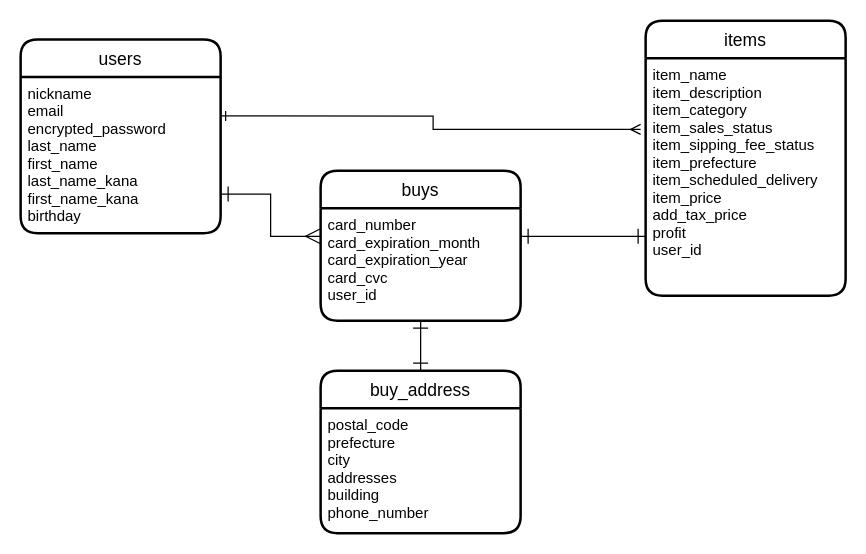
yasushimiyazaki/furima-30344 keeps this draw.io diagram as test.dio. Above is the earlier version. Source tidied: cells renumbered, new cells numbered last; positions are measured from the earlier drawing's top-left corner, leaving out a move shared by most shapes. Both pictures are drawn from the tidied source at 125%, with x=0, y=0 at pixel (20, 20).
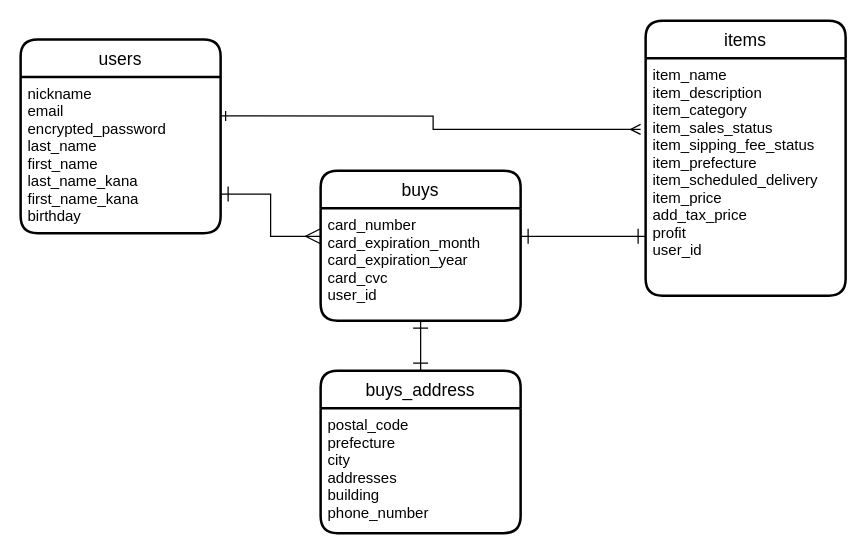
After the change.

Commit message (it also covers changes not shown here):
データベース設計修正

Change to the diagram source:
```diff
@@
 <mxGraphModel>
   <root>
     <mxCell id="0" />
     <mxCell id="1" parent="0" />
     <mxCell id="2" value="users" style="swimlane;horizontal=1;startSize=30;rounded=1;fontSize=14;fontStyle=0;strokeWidth=2;shadow=0;dashed=0;align=center;" parent="1" vertex="1">
       <mxGeometry y="15" width="160" height="155" as="geometry" />
     </mxCell>
     <mxCell id="3" value="nickname&#10;email&#10;encrypted_password&#10;last_name&#10;first_name&#10;last_name_kana&#10;first_name_kana&#10;birthday" style="align=left;strokeColor=none;fillColor=none;spacingLeft=4;fontSize=12;verticalAlign=top;" parent="2" vertex="1">
       <mxGeometry y="30" width="160" height="125" as="geometry" />
     </mxCell>
     <mxCell id="4" style="edgeStyle=orthogonalEdgeStyle;rounded=0;orthogonalLoop=1;jettySize=auto;html=1;exitX=0.5;exitY=1;exitDx=0;exitDy=0;startArrow=ERone;startFill=0;endArrow=ERmany;endFill=0;targetPerimeterSpacing=0;" parent="2" edge="1" source="3" target="3">
       <mxGeometry relative="1" as="geometry" />
     </mxCell>
     <mxCell id="5" value="items" style="swimlane;horizontal=1;startSize=30;rounded=1;fontSize=14;fontStyle=0;strokeWidth=2;shadow=0;dashed=0;align=center;" parent="1" vertex="1">
       <mxGeometry x="500" width="160" height="220" as="geometry" />
     </mxCell>
     <mxCell id="6" value="item_name&#10;item_description&#10;item_category&#10;item_sales_status&#10;item_sipping_fee_status&#10;item_prefecture&#10;item_scheduled_delivery&#10;item_price&#10;add_tax_price&#10;profit&#10;user_id" style="align=left;strokeColor=none;fillColor=none;spacingLeft=4;fontSize=12;verticalAlign=top;" parent="5" vertex="1">
       <mxGeometry y="30" width="160" height="190" as="geometry" />
     </mxCell>
     <mxCell id="7" value="buys" style="swimlane;horizontal=1;startSize=30;rounded=1;fontSize=14;fontStyle=0;strokeWidth=2;shadow=0;dashed=0;align=center;" parent="1" vertex="1">
       <mxGeometry x="240" y="120" width="160" height="120" as="geometry" />
     </mxCell>
     <mxCell id="8" value="card_number&#10;card_expiration_month&#10;card_expiration_year&#10;card_cvc&#10;user_id&#10;" style="align=left;strokeColor=none;fillColor=none;spacingLeft=4;fontSize=12;verticalAlign=top;" parent="7" vertex="1">
       <mxGeometry y="30" width="160" height="90" as="geometry" />
     </mxCell>
-    <mxCell id="9" value="buy_address" style="swimlane;horizontal=1;startSize=30;rounded=1;fontSize=14;fontStyle=0;strokeWidth=2;shadow=0;dashed=0;align=center;" parent="1" vertex="1">
+    <mxCell id="9" value="buys_address" style="swimlane;horizontal=1;startSize=30;rounded=1;fontSize=14;fontStyle=0;strokeWidth=2;shadow=0;dashed=0;align=center;" parent="1" vertex="1">
       <mxGeometry x="240" y="280" width="160" height="130" as="geometry" />
     </mxCell>
     <mxCell id="10" value="postal_code&#10;prefecture&#10;city&#10;addresses&#10;building&#10;phone_number" style="align=left;strokeColor=none;fillColor=none;spacingLeft=4;fontSize=12;verticalAlign=top;" parent="9" vertex="1">
       <mxGeometry y="30" width="160" height="100" as="geometry" />
     </mxCell>
     <mxCell id="11" style="edgeStyle=orthogonalEdgeStyle;rounded=0;jettySize=auto;html=1;exitX=1;exitY=0.25;exitDx=0;exitDy=0;entryX=-0.025;entryY=0.3;entryDx=0;entryDy=0;entryPerimeter=0;startArrow=ERone;startFill=0;endArrow=ERmany;endFill=0;targetPerimeterSpacing=0;" parent="1" edge="1" source="3" target="6">
       <mxGeometry relative="1" as="geometry" />
     </mxCell>
     <mxCell id="12" style="edgeStyle=orthogonalEdgeStyle;rounded=0;jettySize=auto;html=1;exitX=0.5;exitY=1;exitDx=0;exitDy=0;entryX=0.5;entryY=0;entryDx=0;entryDy=0;startArrow=ERone;startFill=0;startSize=10;endArrow=ERone;endFill=0;endSize=10;targetPerimeterSpacing=0;strokeWidth=1;" parent="1" edge="1" source="8" target="9">
       <mxGeometry relative="1" as="geometry" />
     </mxCell>
     <mxCell id="13" style="edgeStyle=orthogonalEdgeStyle;rounded=0;jettySize=auto;html=1;exitX=0;exitY=0.75;exitDx=0;exitDy=0;entryX=1;entryY=0.25;entryDx=0;entryDy=0;startArrow=ERone;startFill=0;startSize=10;endArrow=ERone;endFill=0;endSize=10;targetPerimeterSpacing=0;strokeWidth=1;" parent="1" edge="1" source="6" target="8">
       <mxGeometry relative="1" as="geometry" />
     </mxCell>
     <mxCell id="14" style="edgeStyle=orthogonalEdgeStyle;rounded=0;jettySize=auto;html=1;exitX=1;exitY=0.75;exitDx=0;exitDy=0;entryX=0;entryY=0.25;entryDx=0;entryDy=0;startArrow=ERone;startFill=0;startSize=10;endArrow=ERmany;endFill=0;endSize=10;targetPerimeterSpacing=0;strokeWidth=1;" parent="1" edge="1" source="3" target="8">
       <mxGeometry relative="1" as="geometry" />
     </mxCell>
   </root>
 </mxGraphModel>
```
